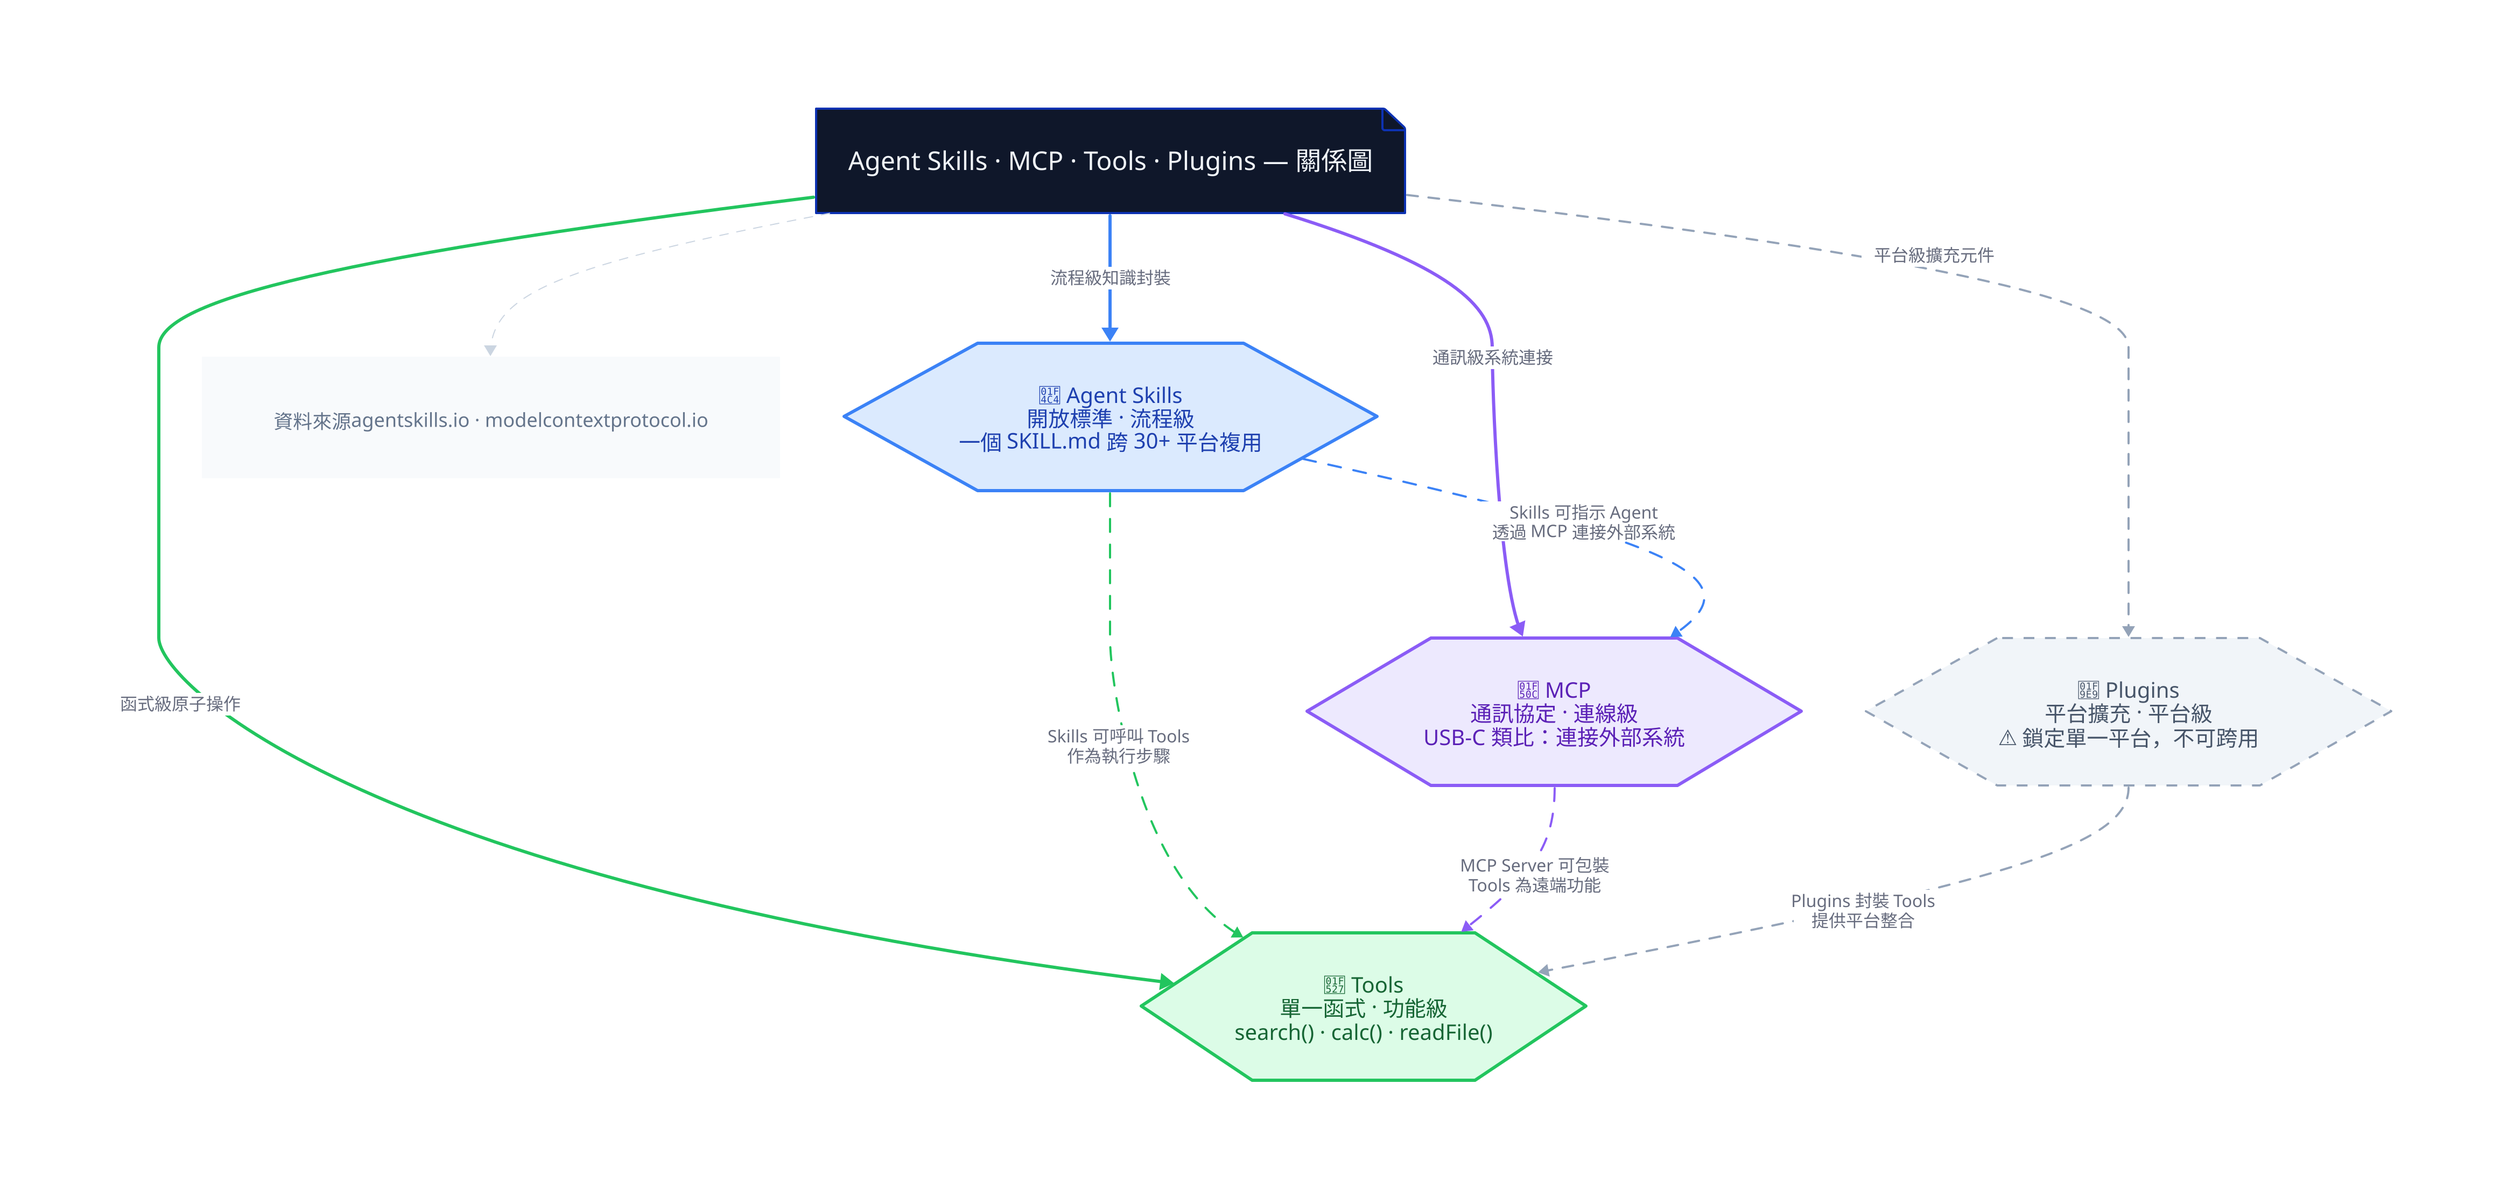
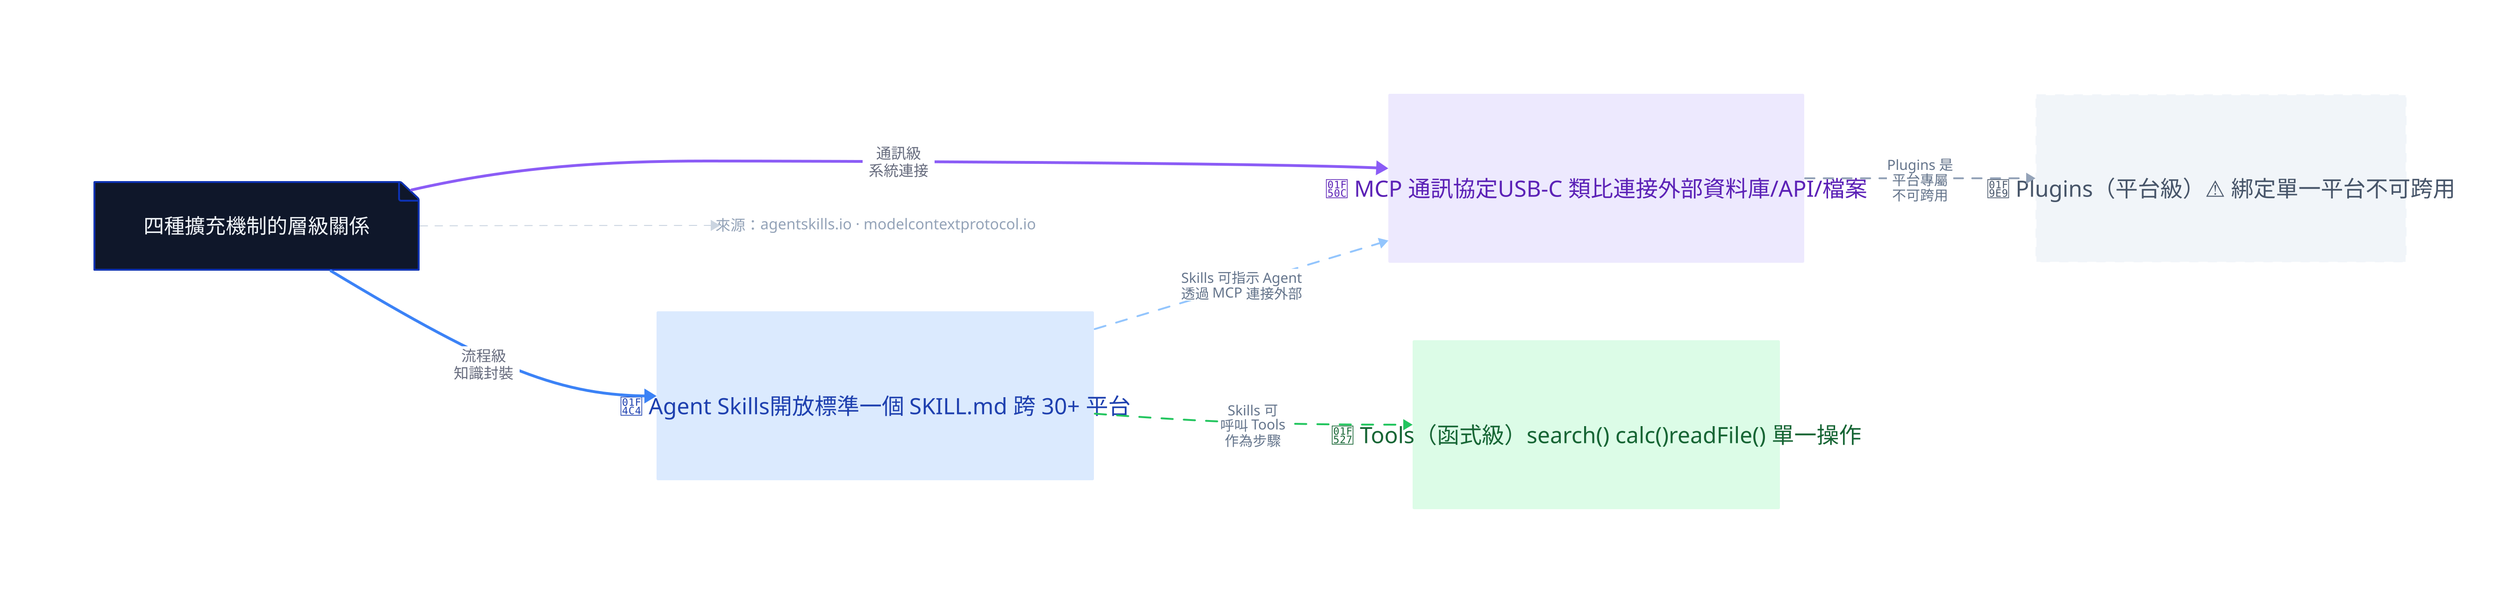
- direction: down
+ direction: right

title: {
-   label: "Agent Skills · MCP · Tools · Plugins — 關係圖"
+   label: "四種擴充機制的層級關係"
  shape: page
  style.fill: "#0f172a"
  style.font-color: "#f1f5f9"
-   style.font-size: 24
+   style.font-size: 22
  style.bold: true
}

- # ─── SKILLS ───
- skills: {
-   label: "📄 Agent Skills\n開放標準 · 流程級\n一個 SKILL.md 跨 30+ 平台複用"
-   shape: hexagon
-   style.fill: "#dbeafe"; style.stroke: "#3b82f6"; style.stroke-width: 3
-   style.font-color: "#1e40af"; style.font-size: 20; style.bold: true
+ # ─── LAYER 1: Skills / MCP (top) ───
+ title -> skills: "流程級\n知識封裝" {
+   style.stroke: "#3b82f6"; style.stroke-width: 3
}

- # ─── MCP ───
- mcp: {
-   label: "🔌 MCP\n通訊協定 · 連線級\nUSB-C 類比：連接外部系統"
-   shape: hexagon
-   style.fill: "#ede9fe"; style.stroke: "#8b5cf6"; style.stroke-width: 3
-   style.font-color: "#5b21b6"; style.font-size: 20; style.bold: true
+ title -> mcp: "通訊級\n系統連接" {
+   style.stroke: "#8b5cf6"; style.stroke-width: 3
}

- # ─── TOOLS ───
- tools: {
-   label: "🔧 Tools\n單一函式 · 功能級\nsearch() · calc() · readFile()"
-   shape: hexagon
-   style.fill: "#dcfce7"; style.stroke: "#22c55e"; style.stroke-width: 3
-   style.font-color: "#166534"; style.font-size: 20; style.bold: true
+ skills: {
+   label: "📄 Agent Skills\n開放標準\n一個 SKILL.md 跨 30+ 平台" {
+     style.font-size: 18; style.bold: true
+   }
+   width: 250; height: 100
+   style.fill: "#dbeafe"; style.stroke: "#3b82f6"; style.stroke-width: 3
+   style.font-color: "#1e40af"
+   shape: class
}

- # ─── PLUGINS ───
- plugins: {
-   label: "🧩 Plugins\n平台擴充 · 平台級\n⚠️ 鎖定單一平台，不可跨用"
-   shape: hexagon
+ mcp: {
+   label: "🔌 MCP 通訊協定\nUSB-C 類比\n連接外部資料庫/API/檔案" {
+     style.font-size: 18; style.bold: true
+   }
+   width: 250; height: 100
+   style.fill: "#ede9fe"; style.stroke: "#8b5cf6"; style.stroke-width: 3
+   style.font-color: "#5b21b6"
+   shape: class
+ }
+ 
+ # ─── INTERACTION ───
+ skills -> mcp: {
+   label: "Skills 可指示 Agent\n透過 MCP 連接外部"
+   style.stroke: "#93c5fd"; style.stroke-width: 2; style.stroke-dash: 6
+   style.font-color: "#64748b"; style.font-size: 15
+ }
+ 
+ # ─── LAYER 2: Tools / Plugins (bottom) ───
+ skills -> tools: "Skills 可\n呼叫 Tools\n作為步驟" {
+   style.stroke: "#22c55e"; style.stroke-width: 2; style.stroke-dash: 6
+   style.font-color: "#64748b"; style.font-size: 15
+ }
+ 
+ mcp -> plugs: "Plugins 是\n平台專屬\n不可跨用" {
+   style.stroke: "#94a3b8"; style.stroke-width: 2; style.stroke-dash: 5
+   style.font-color: "#64748b"; style.font-size: 15
+ }
+ 
+ tools: {
+   label: "🔧 Tools（函式級）\nsearch()  calc()\nreadFile()  單一操作" {
+     style.font-size: 17; style.bold: true
+   }
+   width: 230; height: 95
+   style.fill: "#dcfce7"; style.stroke: "#22c55e"; style.stroke-width: 3
+   style.font-color: "#166534"
+   shape: class
+ }
+ 
+ plugs: {
+   label: "🧩 Plugins（平台級）\n⚠️ 綁定單一平台\n不可跨用" {
+     style.font-size: 17; style.bold: true
+   }
+   width: 230; height: 95
  style.fill: "#f1f5f9"; style.stroke: "#94a3b8"; style.stroke-width: 2
  style.stroke-dash: 5
-   style.font-color: "#475569"; style.font-size: 20; style.bold: true
+   style.font-color: "#475569"
+   shape: class
}

- # ─── CONNECTIONS ───
- title -> skills: "流程級知識封裝" { style.stroke: "#3b82f6"; style.stroke-width: 3 }
- title -> mcp: "通訊級系統連接" { style.stroke: "#8b5cf6"; style.stroke-width: 3 }
- title -> tools: "函式級原子操作" { style.stroke: "#22c55e"; style.stroke-width: 3 }
- title -> plugins: "平台級擴充元件" { style.stroke: "#94a3b8"; style.stroke-width: 2; style.stroke-dash: 5 }
- 
- skills -> mcp: "Skills 可指示 Agent\n透過 MCP 連接外部系統" {
-   style.stroke: "#3b82f6"; style.stroke-width: 2; style.stroke-dash: 6
+ # ─── BOTTOM NOTE ───
+ legend: {
+   label: "來源：agentskills.io · modelcontextprotocol.io" {
+     style.font-size: 14; style.italic: true
+   }
+   shape: text
+   style.font-color: "#94a3b8"
}

- skills -> tools: "Skills 可呼叫 Tools\n作為執行步驟" {
-   style.stroke: "#22c55e"; style.stroke-width: 2; style.stroke-dash: 6
- }
- 
- mcp -> tools: "MCP Server 可包裝\nTools 為遠端功能" {
-   style.stroke: "#8b5cf6"; style.stroke-width: 2; style.stroke-dash: 6
- }
- 
- plugins -> tools: "Plugins 封裝 Tools\n提供平台整合" {
-   style.stroke: "#94a3b8"; style.stroke-width: 2; style.stroke-dash: 5
- }
- 
- # ─── SOURCES ───
- sources: {
-   label: "資料來源\nagentskills.io · modelcontextprotocol.io"
-   shape: class
-   style.fill: "#f8fafc"; style.stroke: "#cbd5e1"; style.stroke-width: 1
-   style.font-color: "#64748b"; style.font-size: 14
- }
- 
- title -> sources: { style.stroke: "#cbd5e1"; style.stroke-width: 1; style.stroke-dash: 8 }
+ title -> legend: { style.stroke: "#cbd5e1"; style.stroke-width: 1; style.stroke-dash: 8 }
